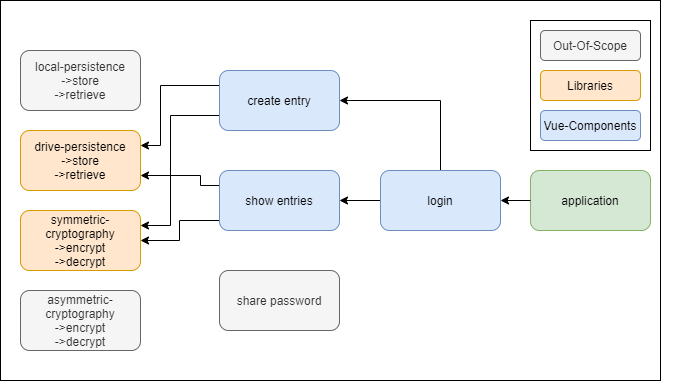
Before: doc/pictures/prototyp_architecture.png, a diagram exported from draw.io (robhta/DASHPasswordManager). Source tidied: cells renumbered, new cells last; positions are measured from the earlier drawing's top-left corner, leaving out a move shared by most shapes.
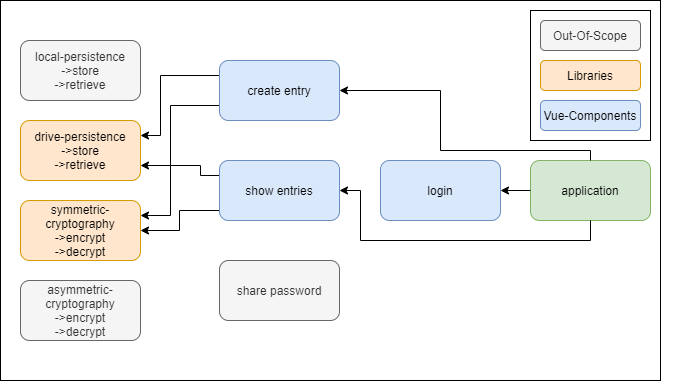
Above is the later version.

The edit, as a diff of the source:
```diff
@@ -3,7 +3,7 @@
     <mxCell id="0" />
     <mxCell id="1" parent="0" />
     <mxCell id="2" style="rounded=0;whiteSpace=wrap;html=1;" parent="1" vertex="1">
-      <mxGeometry width="660" height="380" as="geometry" />
+      <mxGeometry y="10" width="660" height="380" as="geometry" />
     </mxCell>
     <mxCell id="3" value="drive-persistence&lt;br&gt;-&amp;gt;store&lt;br&gt;-&amp;gt;retrieve" style="rounded=1;whiteSpace=wrap;html=1;fillColor=#ffe6cc;strokeColor=#d79b00;" parent="1" vertex="1">
       <mxGeometry x="20" y="130" width="120" height="60" as="geometry" />
@@ -59,12 +59,6 @@
     <mxCell id="13" value="share password" style="rounded=1;whiteSpace=wrap;html=1;fillColor=#f5f5f5;strokeColor=#666666;fontColor=#333333;" parent="1" vertex="1">
       <mxGeometry x="219" y="270" width="120" height="60" as="geometry" />
     </mxCell>
-    <mxCell id="14" style="edgeStyle=orthogonalEdgeStyle;rounded=0;jettySize=auto;html=1;exitX=0.5;exitY=0;exitDx=0;exitDy=0;entryX=1;entryY=0.5;entryDx=0;entryDy=0;" parent="1" edge="1" source="16" target="7">
-      <mxGeometry relative="1" as="geometry" />
-    </mxCell>
-    <mxCell id="15" style="edgeStyle=orthogonalEdgeStyle;rounded=0;jettySize=auto;html=1;exitX=0;exitY=0.5;exitDx=0;exitDy=0;entryX=1;entryY=0.5;entryDx=0;entryDy=0;" parent="1" edge="1" source="16" target="10">
-      <mxGeometry relative="1" as="geometry" />
-    </mxCell>
     <mxCell id="16" value="login" style="rounded=1;whiteSpace=wrap;html=1;fillColor=#dae8fc;strokeColor=#6c8ebf;" parent="1" vertex="1">
       <mxGeometry x="380" y="170" width="120" height="60" as="geometry" />
     </mxCell>
@@ -95,5 +89,23 @@
     <mxCell id="25" style="edgeStyle=orthogonalEdgeStyle;rounded=0;jettySize=auto;html=1;exitX=0;exitY=0.5;exitDx=0;exitDy=0;entryX=1;entryY=0.5;entryDx=0;entryDy=0;" parent="1" edge="1" source="19" target="16">
       <mxGeometry relative="1" as="geometry" />
     </mxCell>
+    <mxCell id="26" style="edgeStyle=orthogonalEdgeStyle;rounded=0;jettySize=auto;html=1;exitX=0.5;exitY=1;exitDx=0;exitDy=0;entryX=1;entryY=0.5;entryDx=0;entryDy=0;" parent="1" edge="1" source="19" target="10">
+      <mxGeometry relative="1" as="geometry">
+        <Array as="points">
+          <mxPoint x="590" y="250" />
+          <mxPoint x="360" y="250" />
+          <mxPoint x="360" y="200" />
+        </Array>
+      </mxGeometry>
+    </mxCell>
+    <mxCell id="27" style="edgeStyle=orthogonalEdgeStyle;rounded=0;jettySize=auto;html=1;exitX=0.5;exitY=0;exitDx=0;exitDy=0;entryX=1;entryY=0.5;entryDx=0;entryDy=0;" parent="1" edge="1" source="19" target="7">
+      <mxGeometry relative="1" as="geometry">
+        <Array as="points">
+          <mxPoint x="590" y="160" />
+          <mxPoint x="440" y="160" />
+          <mxPoint x="440" y="100" />
+        </Array>
+      </mxGeometry>
+    </mxCell>
   </root>
 </mxGraphModel>
```
